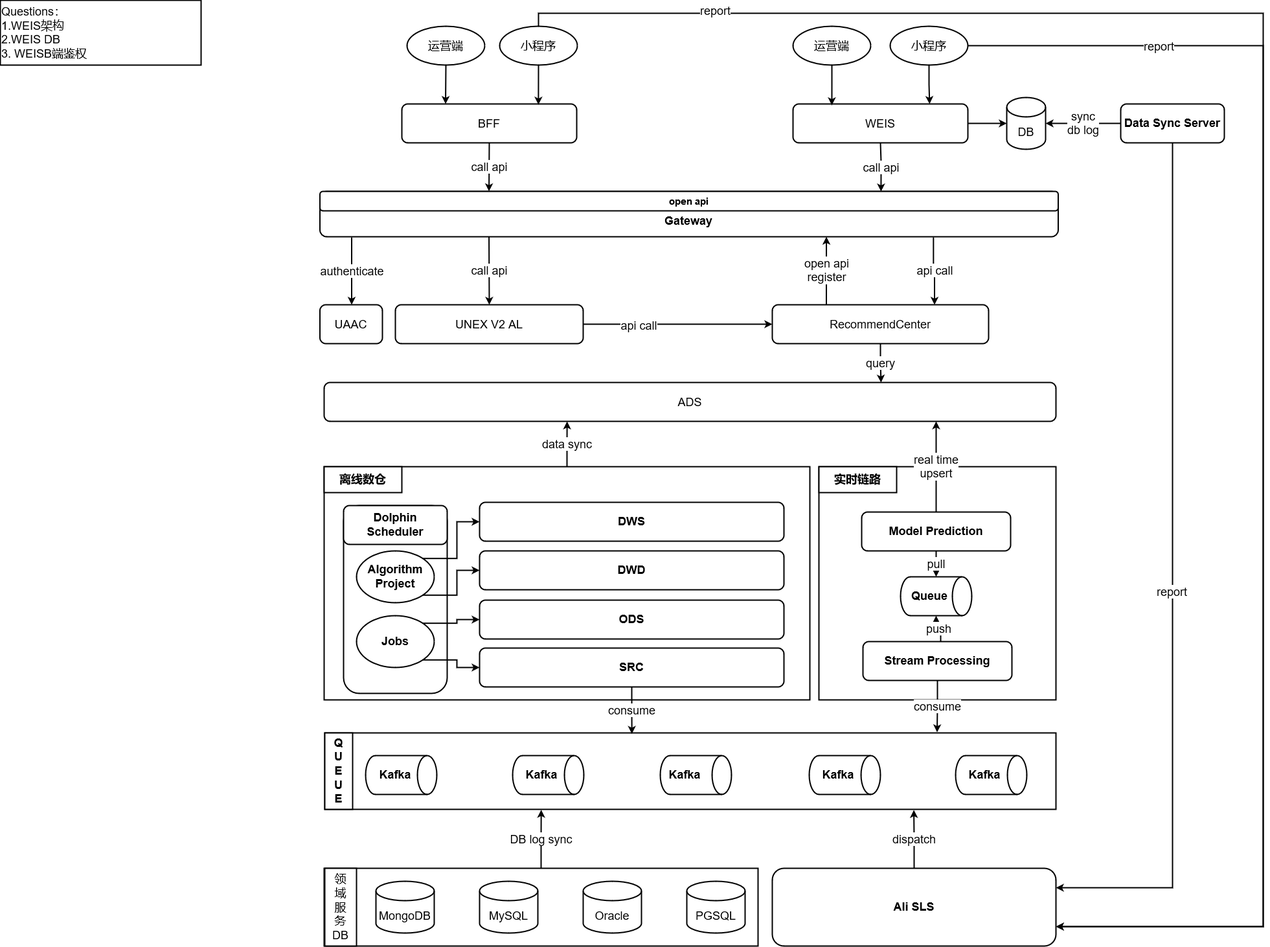
This is EIC-Sema-Integration-Solution.drawio.png from jackie-thank/beego-authz, a draw.io export, as it was before one commit. Source tidied: cells renumbered, new cells last; positions are measured from the earlier drawing's top-left corner, leaving out a move shared by most shapes.
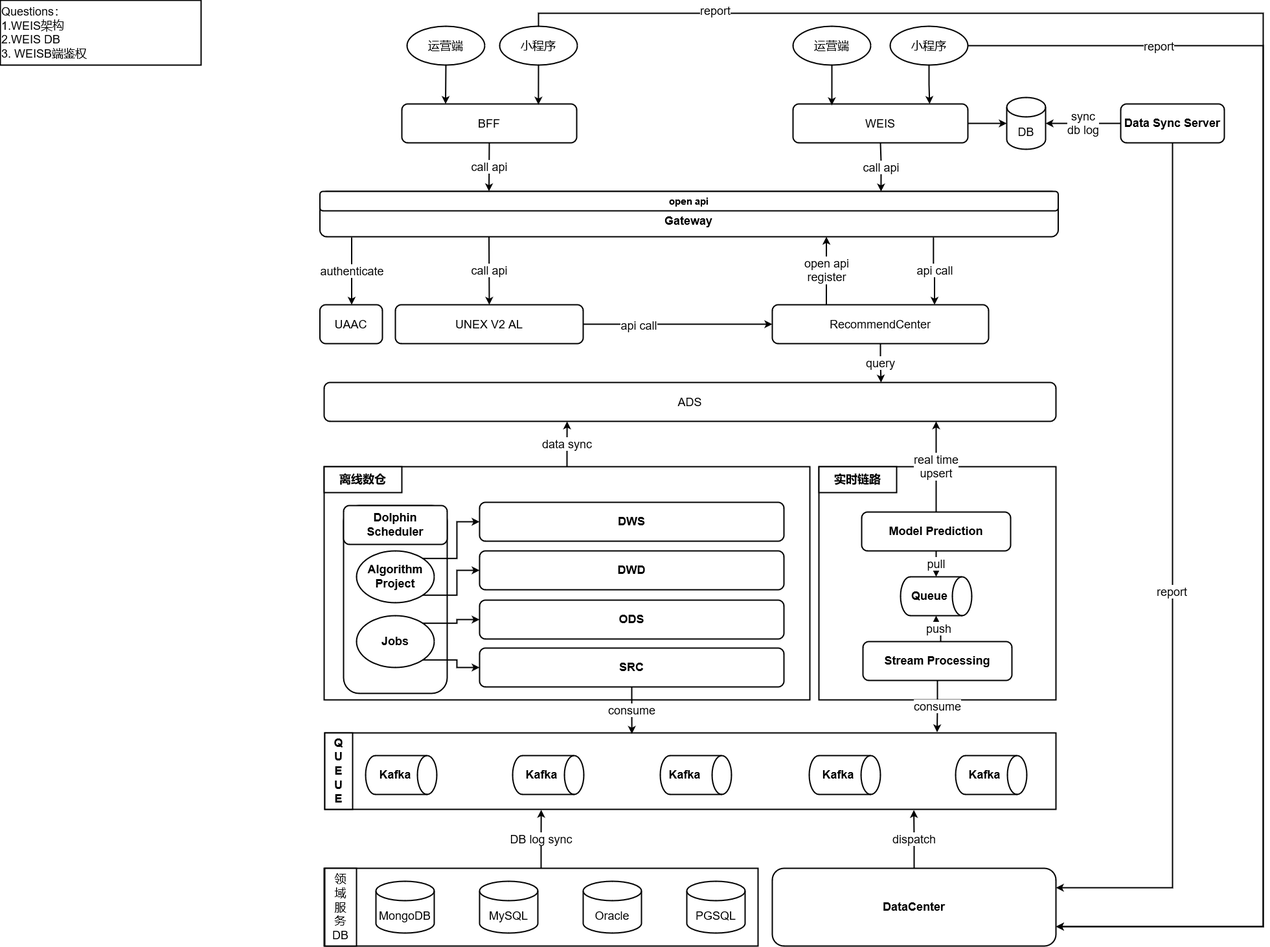
After the commit.

Change to the diagram source:
```diff
@@ -242,7 +242,7 @@
         <mxPoint x="1410.6" y="1250" as="targetPoint" />
       </mxGeometry>
     </mxCell>
-    <mxCell id="72" value="&lt;div&gt;Ali SLS&lt;/div&gt;" style="rounded=1;whiteSpace=wrap;html=1;strokeWidth=2;fontSize=18;fontStyle=1;" parent="1" vertex="1">
+    <mxCell id="72" value="DataCenter" style="rounded=1;whiteSpace=wrap;html=1;strokeWidth=2;fontSize=18;fontStyle=1;" parent="1" vertex="1">
       <mxGeometry x="1192" y="1340" width="438" height="120" as="geometry" />
     </mxCell>
     <mxCell id="73" style="edgeStyle=orthogonalEdgeStyle;rounded=0;jettySize=auto;html=1;exitX=0.5;exitY=1;exitDx=0;exitDy=0;strokeWidth=2;fontSize=18;entryX=1;entryY=0.25;entryDx=0;entryDy=0;" parent="1" edge="1" source="76" target="72">
```
